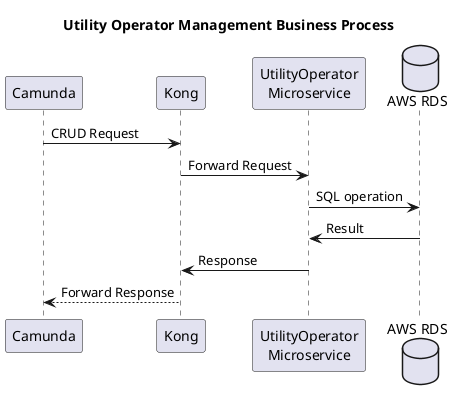
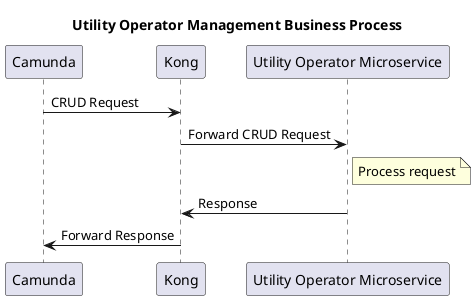
- @startuml Utility Operator Management Business Process
+ @startuml UtilityOperatorManagement
title Utility Operator Management Business Process

- participant "Camunda" as C
- participant "Kong" as K
- participant "UtilityOperator\nMicroservice" as U
- database "AWS RDS" as DB
+ participant Camunda
+ participant Kong
+ participant "Utility Operator Microservice" as MS

- C -> K : CRUD Request
- K -> U : Forward Request
- U -> DB : SQL operation
- DB -> U : Result
- U -> K : Response
- K --> C : Forward Response
- 
- @enduml
+ Camunda -> Kong : CRUD Request
+ Kong -> MS : Forward CRUD Request
+ note right of MS : Process request
+ MS -> Kong : Response
+ Kong -> Camunda : Forward Response
+ @enduml